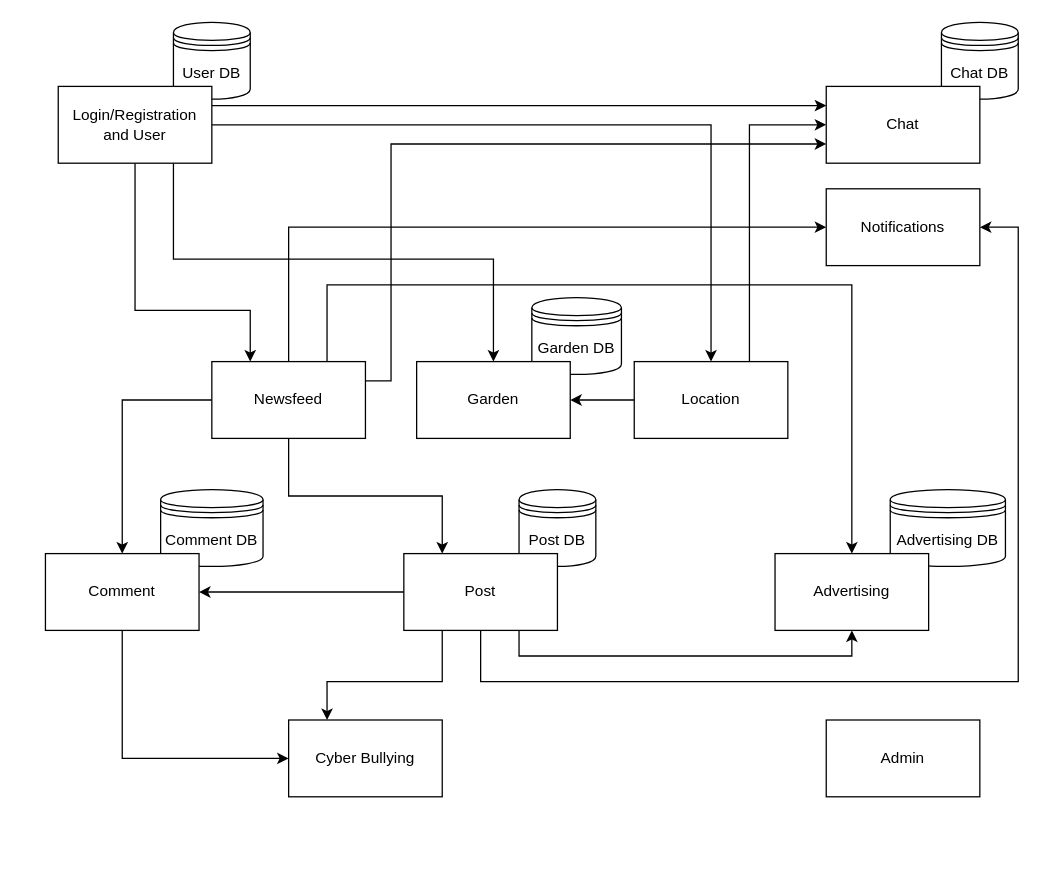
desmetr/DistributedComputing keeps this draw.io diagram as doc/Microservices_architecture_final.drawio. Above is the earlier version. Source tidied: cells renumbered, new cells numbered last; positions are measured from the earlier drawing's top-left corner, leaving out a move shared by most shapes. Both pictures are drawn from the tidied source at 128%, with x=0, y=0 at pixel (45, 22).
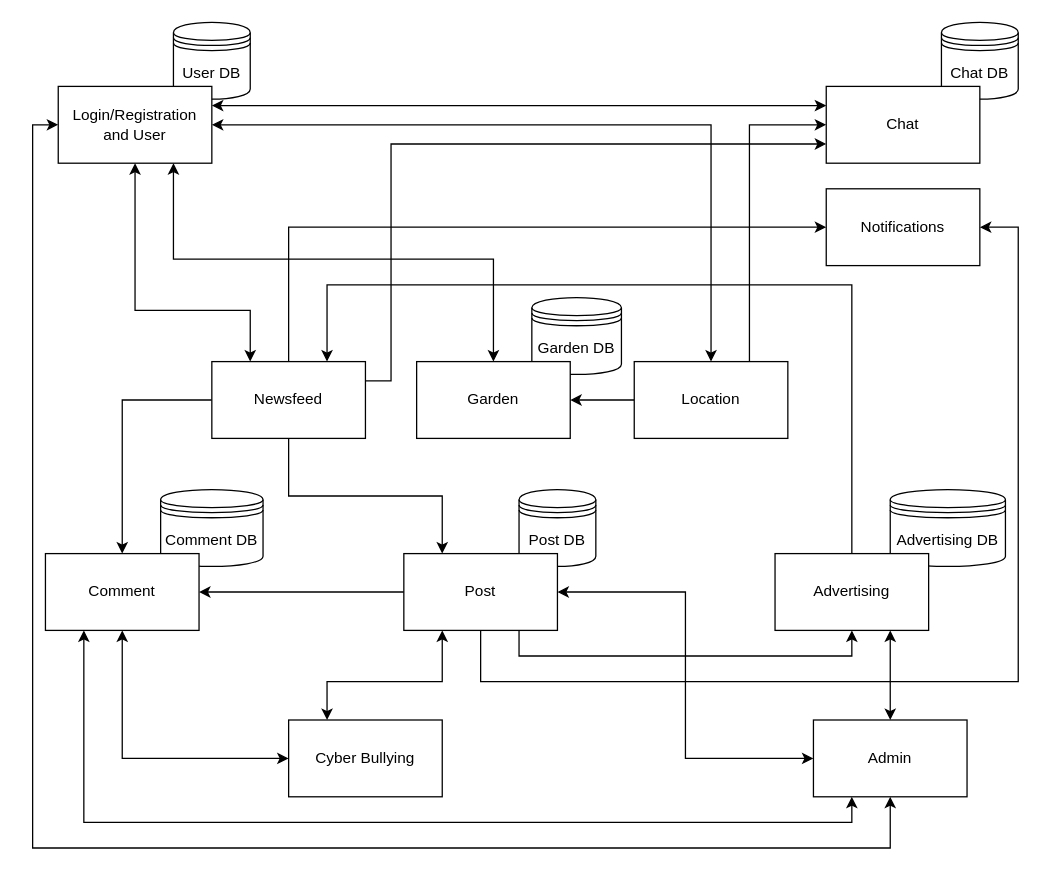
The same diagram, later.

Commit message (it also covers changes not shown here):
final architecture document done

Unchanged cells that the change refers to:
```xml
<mxCell id="12" value="Login/Registration and User" style="rounded=0;whiteSpace=wrap;html=1;" parent="1" vertex="1">
  <mxGeometry x="10" y="50" width="120" height="60" as="geometry" />
</mxCell>
<mxCell id="13" value="Chat" style="rounded=0;whiteSpace=wrap;html=1;" parent="1" vertex="1">
  <mxGeometry x="610" y="50" width="120" height="60" as="geometry" />
</mxCell>
<mxCell id="19" value="Newsfeed" style="rounded=0;whiteSpace=wrap;html=1;" parent="1" vertex="1">
  <mxGeometry x="130" y="265" width="120" height="60" as="geometry" />
</mxCell>
<mxCell id="20" value="Garden" style="rounded=0;whiteSpace=wrap;html=1;" parent="1" vertex="1">
  <mxGeometry x="290" y="265" width="120" height="60" as="geometry" />
</mxCell>
<mxCell id="24" value="Location" style="rounded=0;whiteSpace=wrap;html=1;" parent="1" vertex="1">
  <mxGeometry x="460" y="265" width="120" height="60" as="geometry" />
</mxCell>
<mxCell id="26" value="Comment" style="rounded=0;whiteSpace=wrap;html=1;" parent="1" vertex="1">
  <mxGeometry y="415" width="120" height="60" as="geometry" />
</mxCell>
<mxCell id="31" value="Post" style="rounded=0;whiteSpace=wrap;html=1;" parent="1" vertex="1">
  <mxGeometry x="280" y="415" width="120" height="60" as="geometry" />
</mxCell>
<mxCell id="32" value="Advertising" style="rounded=0;whiteSpace=wrap;html=1;" parent="1" vertex="1">
  <mxGeometry x="570" y="415" width="120" height="60" as="geometry" />
</mxCell>
<mxCell id="33" value="Cyber Bullying" style="rounded=0;whiteSpace=wrap;html=1;" parent="1" vertex="1">
  <mxGeometry x="190" y="545" width="120" height="60" as="geometry" />
</mxCell>
```

The edit, as a diff of the source:
```diff
@@
-    <mxCell id="8" style="edgeStyle=orthogonalEdgeStyle;rounded=0;jettySize=auto;html=1;exitX=1;exitY=0.25;exitDx=0;exitDy=0;entryX=0;entryY=0.25;entryDx=0;entryDy=0;" parent="1" edge="1" source="12" target="13">
+    <mxCell id="8" style="edgeStyle=orthogonalEdgeStyle;rounded=0;jettySize=auto;html=1;exitX=1;exitY=0.25;exitDx=0;exitDy=0;entryX=0;entryY=0.25;entryDx=0;entryDy=0;startArrow=classic;startFill=1;" parent="1" edge="1" source="12" target="13">
       <mxGeometry relative="1" as="geometry" />
     </mxCell>
-    <mxCell id="9" style="edgeStyle=orthogonalEdgeStyle;rounded=0;jettySize=auto;html=1;exitX=1;exitY=0.5;exitDx=0;exitDy=0;" parent="1" edge="1" source="12" target="24">
+    <mxCell id="9" style="edgeStyle=orthogonalEdgeStyle;rounded=0;jettySize=auto;html=1;exitX=1;exitY=0.5;exitDx=0;exitDy=0;startArrow=classic;startFill=1;" parent="1" edge="1" source="12" target="24">
       <mxGeometry relative="1" as="geometry" />
     </mxCell>
-    <mxCell id="10" style="edgeStyle=orthogonalEdgeStyle;rounded=0;jettySize=auto;html=1;exitX=0.75;exitY=1;exitDx=0;exitDy=0;entryX=0.5;entryY=0;entryDx=0;entryDy=0;" parent="1" edge="1" source="12" target="20">
+    <mxCell id="10" style="edgeStyle=orthogonalEdgeStyle;rounded=0;jettySize=auto;html=1;exitX=0.75;exitY=1;exitDx=0;exitDy=0;entryX=0.5;entryY=0;entryDx=0;entryDy=0;startArrow=classic;startFill=1;" parent="1" edge="1" source="12" target="20">
       <mxGeometry relative="1" as="geometry">
         <Array as="points">
           <mxPoint x="100" y="185" />
           <mxPoint x="350" y="185" />
         </Array>
       </mxGeometry>
     </mxCell>
-    <mxCell id="11" style="edgeStyle=orthogonalEdgeStyle;rounded=0;jettySize=auto;html=1;exitX=0.5;exitY=1;exitDx=0;exitDy=0;entryX=0.25;entryY=0;entryDx=0;entryDy=0;" parent="1" edge="1" source="12" target="19">
+    <mxCell id="11" style="edgeStyle=orthogonalEdgeStyle;rounded=0;jettySize=auto;html=1;exitX=0.5;exitY=1;exitDx=0;exitDy=0;entryX=0.25;entryY=0;entryDx=0;entryDy=0;startArrow=classic;startFill=1;" parent="1" edge="1" source="12" target="19">
       <mxGeometry relative="1" as="geometry">
         <Array as="points">
           <mxPoint x="70" y="225" />
           <mxPoint x="160" y="225" />
         </Array>
       </mxGeometry>
     </mxCell>
@@
-    <mxCell id="16" style="edgeStyle=orthogonalEdgeStyle;rounded=0;jettySize=auto;html=1;exitX=0.75;exitY=0;exitDx=0;exitDy=0;entryX=0.5;entryY=0;entryDx=0;entryDy=0;" parent="1" edge="1" source="19" target="32">
+    <mxCell id="16" style="edgeStyle=orthogonalEdgeStyle;rounded=0;jettySize=auto;html=1;exitX=0.75;exitY=0;exitDx=0;exitDy=0;entryX=0.5;entryY=0;entryDx=0;entryDy=0;startArrow=classic;startFill=1;endArrow=none;endFill=0;" parent="1" edge="1" source="19" target="32">
       <mxGeometry relative="1" as="geometry">
         <Array as="points">
           <mxPoint x="220" y="205" />
           <mxPoint x="630" y="205" />
         </Array>
       </mxGeometry>
     </mxCell>
@@
-    <mxCell id="25" style="edgeStyle=orthogonalEdgeStyle;rounded=0;jettySize=auto;html=1;exitX=0.5;exitY=1;exitDx=0;exitDy=0;entryX=0;entryY=0.5;entryDx=0;entryDy=0;" parent="1" edge="1" source="26" target="33">
+    <mxCell id="25" style="edgeStyle=orthogonalEdgeStyle;rounded=0;jettySize=auto;html=1;exitX=0.5;exitY=1;exitDx=0;exitDy=0;entryX=0;entryY=0.5;entryDx=0;entryDy=0;startArrow=classic;startFill=1;" parent="1" edge="1" source="26" target="33">
       <mxGeometry relative="1" as="geometry" />
     </mxCell>
@@
-    <mxCell id="27" style="edgeStyle=orthogonalEdgeStyle;rounded=0;jettySize=auto;html=1;exitX=0.25;exitY=1;exitDx=0;exitDy=0;entryX=0.25;entryY=0;entryDx=0;entryDy=0;" parent="1" edge="1" source="31" target="33">
+    <mxCell id="27" style="edgeStyle=orthogonalEdgeStyle;rounded=0;jettySize=auto;html=1;exitX=0.25;exitY=1;exitDx=0;exitDy=0;entryX=0.25;entryY=0;entryDx=0;entryDy=0;startArrow=classic;startFill=1;" parent="1" edge="1" source="31" target="33">
       <mxGeometry relative="1" as="geometry">
         <Array as="points">
           <mxPoint x="310" y="515" />
           <mxPoint x="220" y="515" />
         </Array>
       </mxGeometry>
     </mxCell>
@@
+    <mxCell id="35" style="edgeStyle=orthogonalEdgeStyle;rounded=0;jettySize=auto;html=1;exitX=0;exitY=0.5;exitDx=0;exitDy=0;entryX=1;entryY=0.5;entryDx=0;entryDy=0;startArrow=classic;startFill=1;" parent="1" edge="1" source="34" target="31">
+      <mxGeometry relative="1" as="geometry" />
+    </mxCell>
+    <mxCell id="36" style="edgeStyle=orthogonalEdgeStyle;rounded=0;jettySize=auto;html=1;exitX=0.5;exitY=0;exitDx=0;exitDy=0;entryX=0.75;entryY=1;entryDx=0;entryDy=0;startArrow=classic;startFill=1;" parent="1" edge="1" source="34" target="32">
+      <mxGeometry relative="1" as="geometry" />
+    </mxCell>
+    <mxCell id="37" style="edgeStyle=orthogonalEdgeStyle;rounded=0;jettySize=auto;html=1;exitX=0.25;exitY=1;exitDx=0;exitDy=0;entryX=0.25;entryY=1;entryDx=0;entryDy=0;startArrow=classic;startFill=1;" parent="1" edge="1" source="34" target="26">
+      <mxGeometry relative="1" as="geometry" />
+    </mxCell>
+    <mxCell id="38" style="edgeStyle=orthogonalEdgeStyle;rounded=0;jettySize=auto;html=1;exitX=0.5;exitY=1;exitDx=0;exitDy=0;entryX=0;entryY=0.5;entryDx=0;entryDy=0;startArrow=classic;startFill=1;" parent="1" edge="1" source="34" target="12">
+      <mxGeometry relative="1" as="geometry">
+        <Array as="points">
+          <mxPoint x="660" y="645" />
+          <mxPoint x="-10" y="645" />
+          <mxPoint x="-10" y="80" />
+        </Array>
+      </mxGeometry>
+    </mxCell>
     <mxCell id="34" value="Admin" style="rounded=0;whiteSpace=wrap;html=1;" parent="1" vertex="1">
-      <mxGeometry x="610" y="545" width="120" height="60" as="geometry" />
+      <mxGeometry x="600" y="545" width="120" height="60" as="geometry" />
     </mxCell>
```
